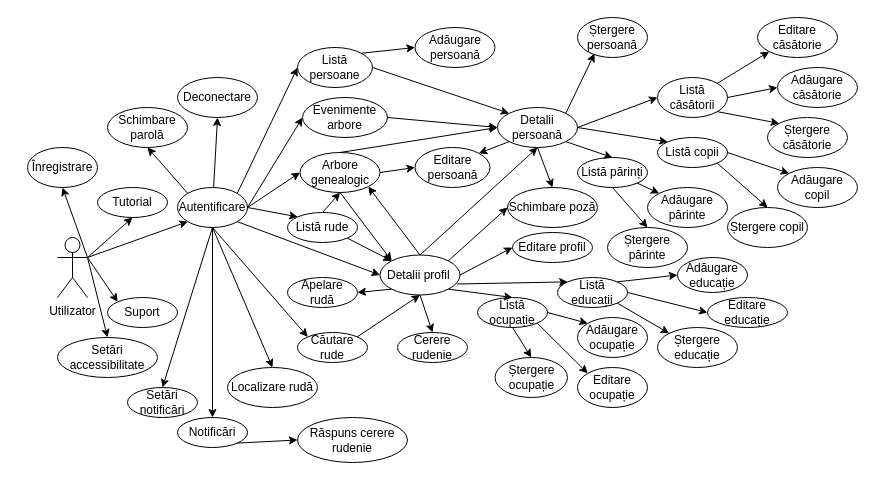
Above: use_case.drawio in bogdandr14/Genealogy-Tree (draw.io), before the change. Source tidied: cells renumbered, new cells numbered last; positions are measured from the earlier drawing's top-left corner, leaving out a move shared by most shapes. Both pictures are drawn from the tidied source at 100%, with x=0, y=0 at pixel (27, 17).
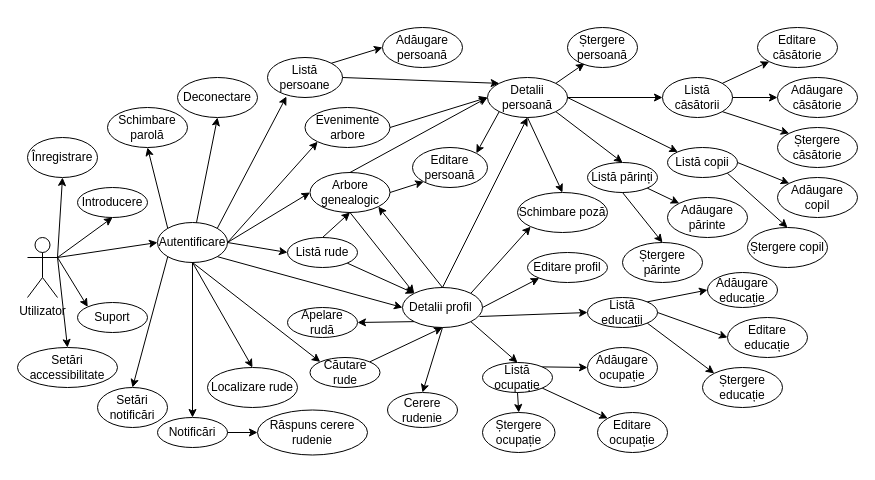
The same page after the edit.

Commit message (it also covers changes not shown here):
modified use care diagram

Change to the diagram source:
```diff
@@
     <mxCell id="2" value="Utilizator" style="shape=umlActor;verticalLabelPosition=bottom;verticalAlign=top;html=1;outlineConnect=0;" parent="1" vertex="1">
-      <mxGeometry x="30" y="220" width="30" height="60" as="geometry" />
+      <mxGeometry y="220" width="30" height="60" as="geometry" />
     </mxCell>
     <mxCell id="3" value="Înregistrare" style="ellipse;whiteSpace=wrap;html=1;" parent="1" vertex="1">
-      <mxGeometry y="130" width="70" height="40" as="geometry" />
+      <mxGeometry y="120" width="70" height="40" as="geometry" />
     </mxCell>
     <mxCell id="4" value="Autentificare" style="ellipse;whiteSpace=wrap;html=1;" parent="1" vertex="1">
-      <mxGeometry x="150" y="170" width="70" height="40" as="geometry" />
+      <mxGeometry x="130" y="205" width="70" height="40" as="geometry" />
     </mxCell>
     <mxCell id="5" value="Suport" style="ellipse;whiteSpace=wrap;html=1;" parent="1" vertex="1">
-      <mxGeometry x="80" y="280" width="70" height="30" as="geometry" />
+      <mxGeometry x="50" y="285" width="70" height="30" as="geometry" />
     </mxCell>
     <mxCell id="6" value="Setări accessibilitate" style="ellipse;whiteSpace=wrap;html=1;" parent="1" vertex="1">
-      <mxGeometry x="30" y="320" width="100" height="40" as="geometry" />
+      <mxGeometry x="-10" y="330" width="100" height="40" as="geometry" />
     </mxCell>
     <mxCell id="7" value="Evenimente arbore" style="ellipse;whiteSpace=wrap;html=1;" parent="1" vertex="1">
-      <mxGeometry x="275" y="80" width="85" height="40" as="geometry" />
+      <mxGeometry x="277.5" y="90" width="85" height="40" as="geometry" />
     </mxCell>
     <mxCell id="8" value="Arbore genealogic" style="ellipse;whiteSpace=wrap;html=1;" parent="1" vertex="1">
-      <mxGeometry x="272.5" y="135" width="80" height="40" as="geometry" />
+      <mxGeometry x="282.5" y="155" width="80" height="40" as="geometry" />
     </mxCell>
     <mxCell id="9" value="Editare căsătorie" style="ellipse;whiteSpace=wrap;html=1;" parent="1" vertex="1">
-      <mxGeometry x="730" width="80" height="40" as="geometry" />
+      <mxGeometry x="730" y="10" width="80" height="40" as="geometry" />
     </mxCell>
     <mxCell id="10" value="Listă părinți" style="ellipse;whiteSpace=wrap;html=1;" parent="1" vertex="1">
-      <mxGeometry x="550" y="140" width="70" height="30" as="geometry" />
+      <mxGeometry x="560" y="145" width="70" height="30" as="geometry" />
     </mxCell>
     <mxCell id="11" value="Listă copii" style="ellipse;whiteSpace=wrap;html=1;" parent="1" vertex="1">
-      <mxGeometry x="630" y="120" width="70" height="30" as="geometry" />
+      <mxGeometry x="640" y="130" width="70" height="30" as="geometry" />
     </mxCell>
     <mxCell id="12" value="Ștergere copil" style="ellipse;whiteSpace=wrap;html=1;" parent="1" vertex="1">
-      <mxGeometry x="700" y="190" width="80" height="40" as="geometry" />
+      <mxGeometry x="720" y="210" width="80" height="40" as="geometry" />
     </mxCell>
     <mxCell id="13" value="Adăugare părinte" style="ellipse;whiteSpace=wrap;html=1;" parent="1" vertex="1">
-      <mxGeometry x="620" y="170" width="80" height="40" as="geometry" />
+      <mxGeometry x="640" y="180" width="80" height="40" as="geometry" />
     </mxCell>
     <mxCell id="14" value="Schimbare poză" style="ellipse;whiteSpace=wrap;html=1;" parent="1" vertex="1">
-      <mxGeometry x="480" y="170" width="90" height="40" as="geometry" />
+      <mxGeometry x="490" y="175" width="90" height="40" as="geometry" />
     </mxCell>
     <mxCell id="15" value="Listă căsătorii" style="ellipse;whiteSpace=wrap;html=1;" parent="1" vertex="1">
-      <mxGeometry x="630" y="60" width="70" height="40" as="geometry" />
+      <mxGeometry x="635" y="60" width="70" height="40" as="geometry" />
     </mxCell>
     <mxCell id="16" value="Ștergere căsătorie" style="ellipse;whiteSpace=wrap;html=1;" parent="1" vertex="1">
-      <mxGeometry x="740" y="100" width="80" height="40" as="geometry" />
+      <mxGeometry x="750" y="110" width="80" height="40" as="geometry" />
     </mxCell>
     <mxCell id="17" value="Adăugare copil" style="ellipse;whiteSpace=wrap;html=1;" parent="1" vertex="1">
-      <mxGeometry x="750" y="150" width="80" height="40" as="geometry" />
+      <mxGeometry x="750" y="160" width="80" height="40" as="geometry" />
     </mxCell>
     <mxCell id="18" value="Ștergere părinte" style="ellipse;whiteSpace=wrap;html=1;" parent="1" vertex="1">
-      <mxGeometry x="580" y="210" width="80" height="40" as="geometry" />
+      <mxGeometry x="595" y="225" width="80" height="40" as="geometry" />
     </mxCell>
     <mxCell id="19" value="Listă persoane" style="ellipse;whiteSpace=wrap;html=1;" parent="1" vertex="1">
-      <mxGeometry x="270" y="30" width="75" height="40" as="geometry" />
+      <mxGeometry x="240" y="40" width="75" height="40" as="geometry" />
     </mxCell>
     <mxCell id="20" value="Adăugare căsătorie" style="ellipse;whiteSpace=wrap;html=1;" parent="1" vertex="1">
-      <mxGeometry x="750" y="50" width="80" height="40" as="geometry" />
+      <mxGeometry x="750" y="60" width="80" height="40" as="geometry" />
     </mxCell>
     <mxCell id="21" value="Ștergere persoană" style="ellipse;whiteSpace=wrap;html=1;" parent="1" vertex="1">
-      <mxGeometry x="550" width="70" height="40" as="geometry" />
+      <mxGeometry x="540" y="10" width="70" height="40" as="geometry" />
     </mxCell>
     <mxCell id="22" value="Editare persoană" style="ellipse;whiteSpace=wrap;html=1;" parent="1" vertex="1">
-      <mxGeometry x="387.5" y="130" width="75" height="40" as="geometry" />
+      <mxGeometry x="385" y="130" width="75" height="40" as="geometry" />
     </mxCell>
     <mxCell id="23" value="Adăugare persoană" style="ellipse;whiteSpace=wrap;html=1;" parent="1" vertex="1">
-      <mxGeometry x="387.5" y="10" width="80" height="40" as="geometry" />
+      <mxGeometry x="355" y="10" width="80" height="40" as="geometry" />
     </mxCell>
     <mxCell id="24" value="Detalii persoană" style="ellipse;whiteSpace=wrap;html=1;" parent="1" vertex="1">
-      <mxGeometry x="470" y="90" width="80" height="40" as="geometry" />
+      <mxGeometry x="460" y="60" width="80" height="40" as="geometry" />
     </mxCell>
     <mxCell id="25" value="Ștergere ocupație" style="ellipse;whiteSpace=wrap;html=1;" parent="1" vertex="1">
-      <mxGeometry x="467.5" y="340" width="72.5" height="40" as="geometry" />
+      <mxGeometry x="455" y="395" width="72.5" height="40" as="geometry" />
     </mxCell>
     <mxCell id="26" value="Notificări" style="ellipse;whiteSpace=wrap;html=1;" parent="1" vertex="1">
-      <mxGeometry x="150" y="400" width="70" height="30" as="geometry" />
+      <mxGeometry x="130" y="400" width="70" height="30" as="geometry" />
     </mxCell>
     <mxCell id="27" value="Editare profil" style="ellipse;whiteSpace=wrap;html=1;" parent="1" vertex="1">
-      <mxGeometry x="485" y="215" width="80" height="30" as="geometry" />
+      <mxGeometry x="500" y="235" width="80" height="30" as="geometry" />
     </mxCell>
     <mxCell id="28" value="Detalii profil&amp;nbsp;" style="ellipse;whiteSpace=wrap;html=1;" parent="1" vertex="1">
-      <mxGeometry x="352.5" y="237.5" width="80" height="40" as="geometry" />
+      <mxGeometry x="375" y="270" width="80" height="40" as="geometry" />
     </mxCell>
@@
     <mxCell id="31" value="Editare ocupație" style="ellipse;whiteSpace=wrap;html=1;" parent="1" vertex="1">
-      <mxGeometry x="550" y="350" width="70" height="40" as="geometry" />
+      <mxGeometry x="570" y="395" width="70" height="40" as="geometry" />
     </mxCell>
     <mxCell id="32" value="Adăugare ocupație" style="ellipse;whiteSpace=wrap;html=1;" parent="1" vertex="1">
-      <mxGeometry x="550" y="300" width="70" height="40" as="geometry" />
+      <mxGeometry x="560" y="330" width="70" height="40" as="geometry" />
     </mxCell>
     <mxCell id="33" value="Listă ocupație" style="ellipse;whiteSpace=wrap;html=1;" parent="1" vertex="1">
-      <mxGeometry x="450" y="280" width="70" height="30" as="geometry" />
+      <mxGeometry x="455" y="345" width="70" height="30" as="geometry" />
     </mxCell>
     <mxCell id="34" value="Ștergere educație" style="ellipse;whiteSpace=wrap;html=1;" parent="1" vertex="1">
-      <mxGeometry x="630" y="310" width="80" height="40" as="geometry" />
+      <mxGeometry x="675" y="350" width="80" height="40" as="geometry" />
     </mxCell>
     <mxCell id="35" value="Editare educație" style="ellipse;whiteSpace=wrap;html=1;" parent="1" vertex="1">
-      <mxGeometry x="680" y="280" width="80" height="30" as="geometry" />
+      <mxGeometry x="700" y="300" width="80" height="40" as="geometry" />
     </mxCell>
     <mxCell id="36" value="Adăugare educație" style="ellipse;whiteSpace=wrap;html=1;" parent="1" vertex="1">
-      <mxGeometry x="650" y="240" width="70" height="35" as="geometry" />
+      <mxGeometry x="680" y="255" width="70" height="35" as="geometry" />
     </mxCell>
     <mxCell id="37" value="Listă educații" style="ellipse;whiteSpace=wrap;html=1;" parent="1" vertex="1">
-      <mxGeometry x="530" y="260" width="70" height="30" as="geometry" />
+      <mxGeometry x="560" y="280" width="70" height="30" as="geometry" />
     </mxCell>
     <mxCell id="38" value="Listă rude" style="ellipse;whiteSpace=wrap;html=1;" parent="1" vertex="1">
-      <mxGeometry x="260" y="195" width="70" height="30" as="geometry" />
+      <mxGeometry x="260" y="220" width="70" height="30" as="geometry" />
     </mxCell>
     <mxCell id="39" value="Răspuns cerere rudenie" style="ellipse;whiteSpace=wrap;html=1;" parent="1" vertex="1">
-      <mxGeometry x="270" y="400" width="110" height="45" as="geometry" />
+      <mxGeometry x="230" y="392.5" width="110" height="45" as="geometry" />
     </mxCell>
     <mxCell id="40" value="Cerere rudenie" style="ellipse;whiteSpace=wrap;html=1;" parent="1" vertex="1">
-      <mxGeometry x="370" y="315" width="70" height="30" as="geometry" />
+      <mxGeometry x="360" y="375" width="70" height="35" as="geometry" />
     </mxCell>
     <mxCell id="41" value="Setări notificări" style="ellipse;whiteSpace=wrap;html=1;" parent="1" vertex="1">
-      <mxGeometry x="100" y="370" width="70" height="30" as="geometry" />
+      <mxGeometry x="70" y="370" width="70" height="40" as="geometry" />
     </mxCell>
     <mxCell id="42" value="Căutare rude" style="ellipse;whiteSpace=wrap;html=1;" parent="1" vertex="1">
-      <mxGeometry x="270" y="315" width="70" height="30" as="geometry" />
+      <mxGeometry x="282.5" y="340" width="70" height="30" as="geometry" />
     </mxCell>
-    <mxCell id="43" value="Localizare rudă" style="ellipse;whiteSpace=wrap;html=1;" parent="1" vertex="1">
-      <mxGeometry x="200" y="350" width="90" height="40" as="geometry" />
+    <mxCell id="43" value="Localizare rude" style="ellipse;whiteSpace=wrap;html=1;" parent="1" vertex="1">
+      <mxGeometry x="180" y="350" width="90" height="40" as="geometry" />
     </mxCell>
     <mxCell id="44" value="Apelare rudă" style="ellipse;whiteSpace=wrap;html=1;" parent="1" vertex="1">
-      <mxGeometry x="260" y="260" width="70" height="30" as="geometry" />
+      <mxGeometry x="260" y="290" width="70" height="30" as="geometry" />
     </mxCell>
@@
-    <mxCell id="48" style="endArrow=classic;html=1;rounded=0;exitX=1;exitY=0.3333333333333333;exitDx=0;exitDy=0;exitPerimeter=0;entryX=0;entryY=1;entryDx=0;entryDy=0;" parent="1" edge="1" source="2" target="4">
+    <mxCell id="48" style="endArrow=classic;html=1;rounded=0;exitX=1;exitY=0.3333333333333333;exitDx=0;exitDy=0;exitPerimeter=0;entryX=0;entryY=0.5;entryDx=0;entryDy=0;" parent="1" edge="1" source="2" target="4">
       <mxGeometry relative="1" as="geometry" />
     </mxCell>
@@
-    <mxCell id="57" style="endArrow=classic;html=1;rounded=0;entryX=0;entryY=0.5;entryDx=0;entryDy=0;exitX=1;exitY=0;exitDx=0;exitDy=0;" parent="1" edge="1" source="4" target="19">
+    <mxCell id="57" style="endArrow=classic;html=1;rounded=0;entryX=0.253;entryY=0.975;entryDx=0;entryDy=0;exitX=1;exitY=0;exitDx=0;exitDy=0;entryPerimeter=0;" parent="1" edge="1" source="4" target="19">
       <mxGeometry relative="1" as="geometry" />
     </mxCell>
@@
-    <mxCell id="67" style="endArrow=classic;html=1;rounded=0;entryX=0;entryY=0.5;entryDx=0;entryDy=0;exitX=1;exitY=0.5;exitDx=0;exitDy=0;" parent="1" edge="1" source="8" target="22">
+    <mxCell id="67" style="endArrow=classic;html=1;rounded=0;entryX=0;entryY=1;entryDx=0;entryDy=0;exitX=1;exitY=0.5;exitDx=0;exitDy=0;" parent="1" edge="1" source="8" target="22">
       <mxGeometry relative="1" as="geometry" />
     </mxCell>
@@
-    <mxCell id="71" style="endArrow=classic;html=1;rounded=0;entryX=0;entryY=0.5;entryDx=0;entryDy=0;exitX=1;exitY=0.5;exitDx=0;exitDy=0;" parent="1" edge="1" source="4" target="7">
+    <mxCell id="71" style="endArrow=classic;html=1;rounded=0;entryX=0;entryY=1;entryDx=0;entryDy=0;exitX=1;exitY=0.5;exitDx=0;exitDy=0;" parent="1" edge="1" source="4" target="7">
       <mxGeometry relative="1" as="geometry" />
     </mxCell>
@@
-    <mxCell id="74" style="endArrow=classic;html=1;rounded=0;exitX=1;exitY=0;exitDx=0;exitDy=0;entryX=0;entryY=0.5;entryDx=0;entryDy=0;" parent="1" edge="1" source="28" target="14">
+    <mxCell id="74" style="endArrow=classic;html=1;rounded=0;exitX=1;exitY=0;exitDx=0;exitDy=0;entryX=0;entryY=1;entryDx=0;entryDy=0;" parent="1" edge="1" source="28" target="14">
       <mxGeometry relative="1" as="geometry" />
     </mxCell>
@@
-    <mxCell id="78" style="endArrow=classic;html=1;rounded=0;exitX=1;exitY=0.5;exitDx=0;exitDy=0;entryX=0;entryY=0;entryDx=0;entryDy=0;" parent="1" edge="1" source="4" target="38">
+    <mxCell id="78" style="endArrow=classic;html=1;rounded=0;exitX=1;exitY=0.5;exitDx=0;exitDy=0;entryX=0;entryY=0.5;entryDx=0;entryDy=0;" parent="1" edge="1" source="4" target="38">
       <mxGeometry relative="1" as="geometry" />
     </mxCell>
@@
-    <mxCell id="82" style="endArrow=classic;html=1;rounded=0;exitX=1;exitY=0.5;exitDx=0;exitDy=0;entryX=0;entryY=0.5;entryDx=0;entryDy=0;" parent="1" edge="1" source="28" target="27">
+    <mxCell id="82" style="endArrow=classic;html=1;rounded=0;exitX=1;exitY=0.5;exitDx=0;exitDy=0;entryX=0;entryY=1;entryDx=0;entryDy=0;" parent="1" edge="1" source="28" target="27">
       <mxGeometry relative="1" as="geometry" />
     </mxCell>
@@
-    <mxCell id="85" style="endArrow=classic;html=1;rounded=0;exitX=0.963;exitY=0.725;exitDx=0;exitDy=0;entryX=0;entryY=0;entryDx=0;entryDy=0;exitPerimeter=0;" parent="1" edge="1" source="28" target="37">
+    <mxCell id="85" style="endArrow=classic;html=1;rounded=0;exitX=0.963;exitY=0.725;exitDx=0;exitDy=0;entryX=0;entryY=0.5;entryDx=0;entryDy=0;exitPerimeter=0;" parent="1" edge="1" source="28" target="37">
       <mxGeometry relative="1" as="geometry" />
     </mxCell>
@@
-    <mxCell id="89" style="endArrow=classic;html=1;rounded=0;exitX=1;exitY=0.5;exitDx=0;exitDy=0;entryX=0;entryY=0;entryDx=0;entryDy=0;" parent="1" edge="1" source="33" target="32">
+    <mxCell id="89" style="endArrow=classic;html=1;rounded=0;exitX=1;exitY=0;exitDx=0;exitDy=0;entryX=0;entryY=0.5;entryDx=0;entryDy=0;" parent="1" edge="1" source="33" target="32">
       <mxGeometry relative="1" as="geometry" />
     </mxCell>
@@
-    <mxCell id="93" style="endArrow=classic;html=1;rounded=0;exitX=1;exitY=1;exitDx=0;exitDy=0;entryX=0;entryY=0.5;entryDx=0;entryDy=0;" parent="1" edge="1" source="26" target="39">
+    <mxCell id="93" style="endArrow=classic;html=1;rounded=0;exitX=1;exitY=0.5;exitDx=0;exitDy=0;entryX=0;entryY=0.5;entryDx=0;entryDy=0;" parent="1" edge="1" source="26" target="39">
       <mxGeometry relative="1" as="geometry" />
     </mxCell>
-    <mxCell id="94" style="endArrow=classic;html=1;rounded=0;exitX=0.5;exitY=1;exitDx=0;exitDy=0;entryX=0.5;entryY=0;entryDx=0;entryDy=0;" parent="1" edge="1" source="4" target="41">
+    <mxCell id="94" style="endArrow=classic;html=1;rounded=0;exitX=0;exitY=1;exitDx=0;exitDy=0;entryX=0.5;entryY=0;entryDx=0;entryDy=0;" parent="1" edge="1" source="4" target="41">
       <mxGeometry relative="1" as="geometry" />
     </mxCell>
@@
-    <mxCell id="97" value="Tutorial" style="ellipse;whiteSpace=wrap;html=1;" parent="1" vertex="1">
-      <mxGeometry x="70" y="170" width="70" height="30" as="geometry" />
+    <mxCell id="97" value="Introducere" style="ellipse;whiteSpace=wrap;html=1;" parent="1" vertex="1">
+      <mxGeometry x="50" y="170" width="70" height="30" as="geometry" />
     </mxCell>
```
